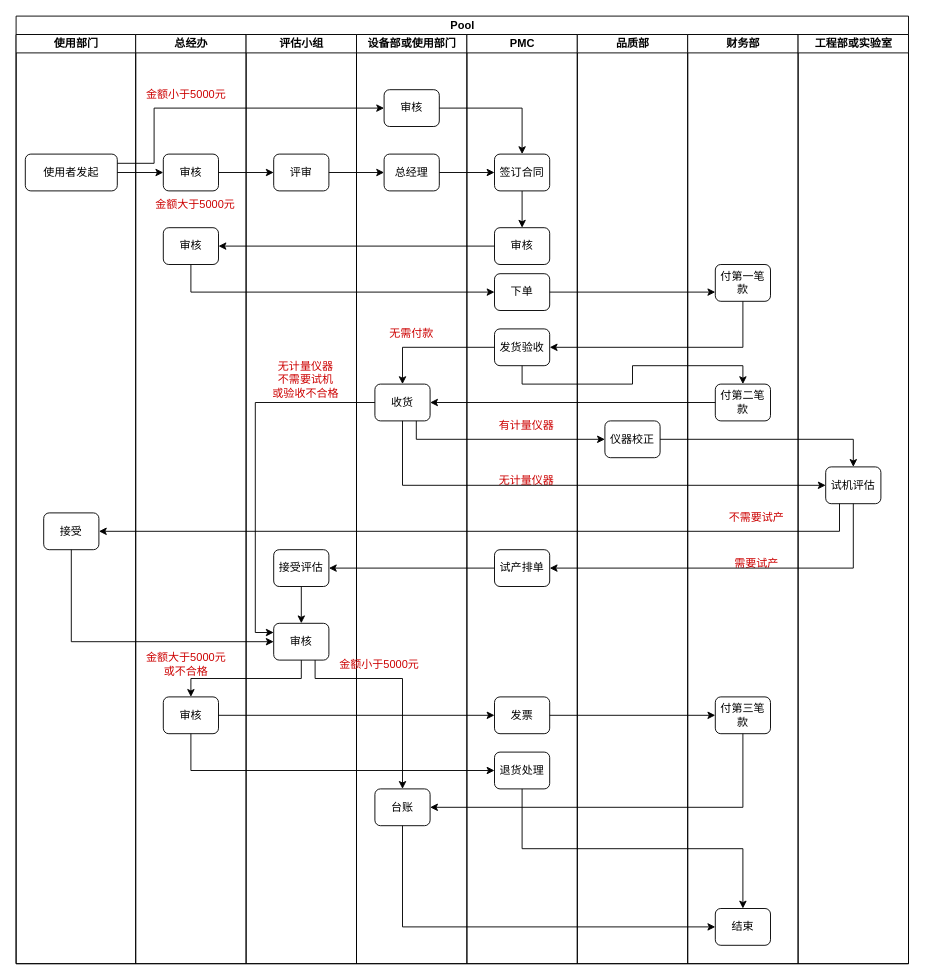
Before: 未命名绘图.drawio in manson-yu/desktop-app, a draw.io diagram. Source tidied: cells renumbered, new cells numbered last; positions are measured from the earlier drawing's top-left corner, leaving out a move shared by most shapes. Both pictures are drawn from the tidied source at 92%, with x=0, y=0 at pixel (16, 16).
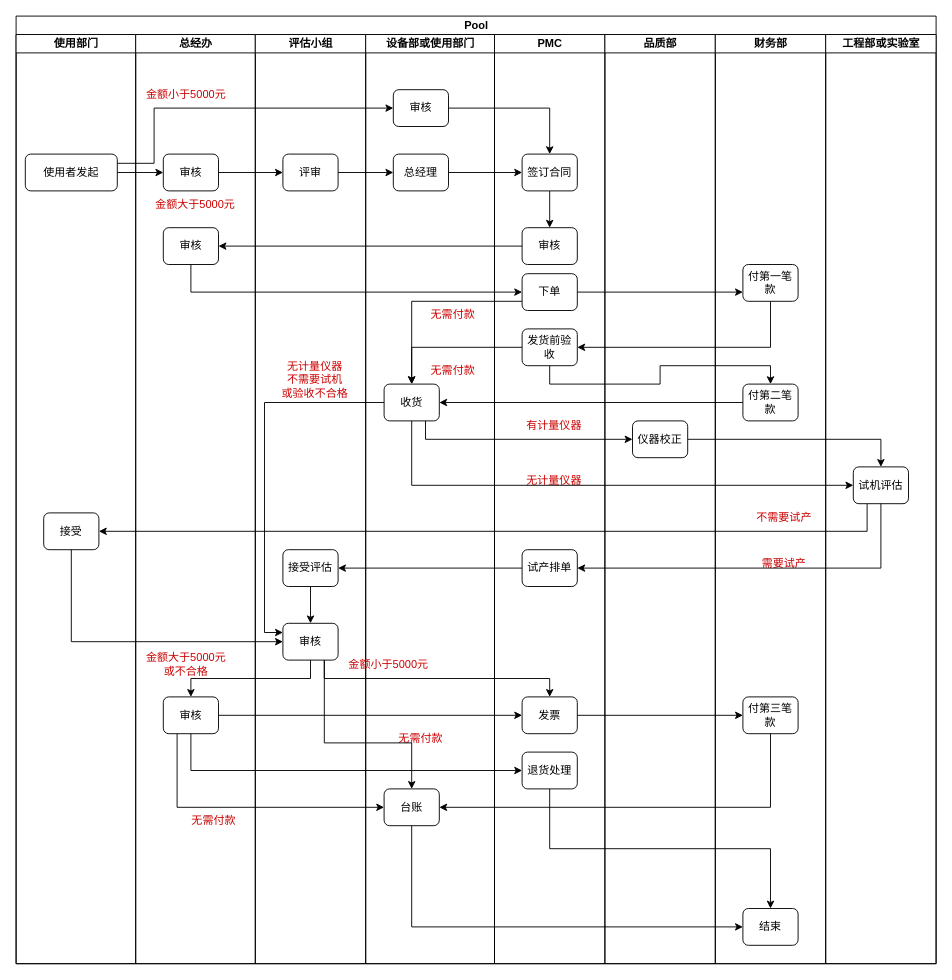
The same page after the edit.

Commit message (it also covers changes not shown here):
设备购买流程.drawio

The change refers to these unchanged cells:
```xml
<mxCell id="9" value="审核" style="rounded=1;whiteSpace=wrap;html=1;" parent="6" vertex="1">
  <mxGeometry x="30" y="720" width="60" height="40" as="geometry" />
</mxCell>
<mxCell id="17" value="审核" style="rounded=1;whiteSpace=wrap;html=1;" parent="13" vertex="1">
  <mxGeometry x="30" y="640" width="60" height="40" as="geometry" />
</mxCell>
<mxCell id="21" value="台账" style="rounded=1;whiteSpace=wrap;html=1;" parent="19" vertex="1">
  <mxGeometry x="20" y="820" width="60" height="40" as="geometry" />
</mxCell>
<mxCell id="23" value="收货" style="rounded=1;whiteSpace=wrap;html=1;" parent="19" vertex="1">
  <mxGeometry x="20" y="380" width="60" height="40" as="geometry" />
</mxCell>
<mxCell id="31" value="发票" style="rounded=1;whiteSpace=wrap;html=1;" parent="26" vertex="1">
  <mxGeometry x="30" y="720" width="60" height="40" as="geometry" />
</mxCell>
<mxCell id="33" value="下单" style="rounded=1;whiteSpace=wrap;html=1;" parent="26" vertex="1">
  <mxGeometry x="30" y="260" width="60" height="40" as="geometry" />
</mxCell>
<mxCell id="41" value="付第二笔款" style="rounded=1;whiteSpace=wrap;html=1;" parent="39" vertex="1">
  <mxGeometry x="30" y="380" width="60" height="40" as="geometry" />
</mxCell>
```

Diff of the diagram source:
```diff
@@
     <mxCell id="2" value="Pool" style="swimlane;startSize=20;html=1;" parent="1" vertex="1">
-      <mxGeometry width="970" height="1030" as="geometry" />
+      <mxGeometry width="1000" height="1030" as="geometry" />
     </mxCell>
@@
     <mxCell id="6" value="总经办" style="swimlane;startSize=20;html=1;" parent="2" vertex="1">
-      <mxGeometry x="130" y="20" width="120" height="1010" as="geometry" />
+      <mxGeometry x="130" y="20" width="130" height="1010" as="geometry" />
     </mxCell>
@@
+    <mxCell id="77" value="无需付款" style="text;html=1;align=center;verticalAlign=middle;whiteSpace=wrap;rounded=0;fontColor=#CC0000;" parent="6" vertex="1">
+      <mxGeometry x="40" y="840" width="90" height="30" as="geometry" />
+    </mxCell>
     <mxCell id="13" value="评估小组" style="swimlane;startSize=20;html=1;" parent="2" vertex="1">
-      <mxGeometry x="250" y="20" width="120" height="1010" as="geometry" />
+      <mxGeometry x="260" y="20" width="120" height="1010" as="geometry" />
     </mxCell>
@@
     <mxCell id="19" value="设备部或使用部门" style="swimlane;startSize=20;html=1;" parent="2" vertex="1">
-      <mxGeometry x="370" y="20" width="120" height="1010" as="geometry" />
+      <mxGeometry x="380" y="20" width="140" height="1010" as="geometry" />
     </mxCell>
@@
     <mxCell id="25" value="无需付款" style="text;html=1;align=center;verticalAlign=middle;whiteSpace=wrap;rounded=0;fontColor=#CC0000;" parent="19" vertex="1">
-      <mxGeometry x="15" y="310" width="90" height="30" as="geometry" />
+      <mxGeometry x="50" y="350" width="90" height="30" as="geometry" />
     </mxCell>
+    <mxCell id="78" value="无需付款" style="text;html=1;align=center;verticalAlign=middle;whiteSpace=wrap;rounded=0;fontColor=#CC0000;" parent="19" vertex="1">
+      <mxGeometry x="15" y="750" width="90" height="30" as="geometry" />
+    </mxCell>
+    <mxCell id="79" value="无需付款" style="text;html=1;align=center;verticalAlign=middle;whiteSpace=wrap;rounded=0;fontColor=#CC0000;" parent="19" vertex="1">
+      <mxGeometry x="50" y="290" width="90" height="30" as="geometry" />
+    </mxCell>
     <mxCell id="26" value="PMC" style="swimlane;startSize=20;html=1;" parent="2" vertex="1">
-      <mxGeometry x="490" y="20" width="120" height="1010" as="geometry" />
+      <mxGeometry x="520" y="20" width="120" height="1010" as="geometry" />
     </mxCell>
@@
-    <mxCell id="34" value="发货验收" style="rounded=1;whiteSpace=wrap;html=1;" parent="26" vertex="1">
+    <mxCell id="34" value="发货前验收" style="rounded=1;whiteSpace=wrap;html=1;" parent="26" vertex="1">
       <mxGeometry x="30" y="320" width="60" height="40" as="geometry" />
     </mxCell>
@@
     <mxCell id="37" value="品质部" style="swimlane;startSize=20;html=1;" parent="2" vertex="1">
-      <mxGeometry x="610" y="20" width="120" height="1010" as="geometry" />
+      <mxGeometry x="640" y="20" width="120" height="1010" as="geometry" />
     </mxCell>
@@
     <mxCell id="39" value="财务部" style="swimlane;startSize=20;html=1;" parent="2" vertex="1">
-      <mxGeometry x="730" y="20" width="120" height="1010" as="geometry" />
+      <mxGeometry x="760" y="20" width="120" height="1010" as="geometry" />
     </mxCell>
@@
     <mxCell id="46" value="工程部或实验室" style="swimlane;startSize=20;html=1;" parent="2" vertex="1">
-      <mxGeometry x="850" y="20" width="120" height="1010" as="geometry" />
+      <mxGeometry x="880" y="20" width="120" height="1010" as="geometry" />
     </mxCell>
@@
-    <mxCell id="72" style="edgeStyle=orthogonalEdgeStyle;rounded=0;jettySize=auto;html=1;exitX=0.5;exitY=1;exitDx=0;exitDy=0;entryX=0.5;entryY=0;entryDx=0;entryDy=0;" parent="2" edge="1" source="34" target="41">
-      <mxGeometry relative="1" as="geometry">
-        <Array as="points">
-          <mxPoint x="550" y="400" />
-          <mxPoint x="670" y="400" />
-          <mxPoint x="670" y="380" />
-          <mxPoint x="790" y="380" />
-        </Array>
-      </mxGeometry>
-    </mxCell>
-    <mxCell id="73" style="edgeStyle=orthogonalEdgeStyle;rounded=0;jettySize=auto;html=1;exitX=0.75;exitY=1;exitDx=0;exitDy=0;entryX=0.5;entryY=0;entryDx=0;entryDy=0;" parent="2" edge="1" source="17" target="21">
-      <mxGeometry relative="1" as="geometry">
-        <Array as="points">
-          <mxPoint x="325" y="720" />
-          <mxPoint x="420" y="720" />
-        </Array>
-      </mxGeometry>
-    </mxCell>
@@
+    <mxCell id="80" style="edgeStyle=orthogonalEdgeStyle;rounded=0;jettySize=auto;html=1;exitX=0.25;exitY=1;exitDx=0;exitDy=0;entryX=0;entryY=0.5;entryDx=0;entryDy=0;" parent="2" edge="1" source="9" target="21">
+      <mxGeometry relative="1" as="geometry" />
+    </mxCell>
+    <mxCell id="81" style="edgeStyle=orthogonalEdgeStyle;rounded=0;jettySize=auto;html=1;exitX=0.75;exitY=1;exitDx=0;exitDy=0;entryX=0.5;entryY=0;entryDx=0;entryDy=0;" parent="2" edge="1" source="17" target="31">
+      <mxGeometry relative="1" as="geometry" />
+    </mxCell>
+    <mxCell id="82" style="edgeStyle=orthogonalEdgeStyle;rounded=0;jettySize=auto;html=1;exitX=0;exitY=0.75;exitDx=0;exitDy=0;entryX=0.5;entryY=0;entryDx=0;entryDy=0;" parent="2" edge="1" source="33" target="23">
+      <mxGeometry relative="1" as="geometry" />
+    </mxCell>
+    <mxCell id="72" style="edgeStyle=orthogonalEdgeStyle;rounded=0;jettySize=auto;html=1;exitX=0.5;exitY=1;exitDx=0;exitDy=0;entryX=0.5;entryY=0;entryDx=0;entryDy=0;" parent="2" edge="1" source="34" target="41">
+      <mxGeometry relative="1" as="geometry" />
+    </mxCell>
+    <mxCell id="73" style="edgeStyle=orthogonalEdgeStyle;rounded=0;jettySize=auto;html=1;exitX=0.75;exitY=1;exitDx=0;exitDy=0;entryX=0.5;entryY=0;entryDx=0;entryDy=0;" parent="2" edge="1" source="17" target="21">
+      <mxGeometry relative="1" as="geometry">
+        <Array as="points">
+          <mxPoint x="335" y="790" />
+          <mxPoint x="430" y="790" />
+        </Array>
+      </mxGeometry>
+    </mxCell>
```
